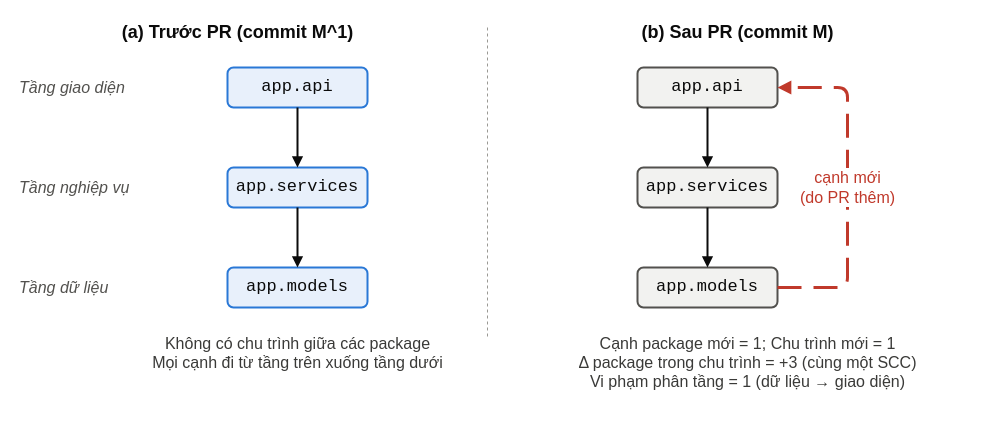
Before: results/figures/src/fig2_metric_example.drawio in Russell1817/XOI-MON-KIEN-TRUC-DO-AI-AGENT, a draw.io diagram. Source tidied: cells renumbered, new cells numbered last; positions are measured from the earlier drawing's top-left corner, leaving out a move shared by most shapes. Both pictures are drawn from the tidied source at 100%, with x=0, y=0 at pixel (17, 17).
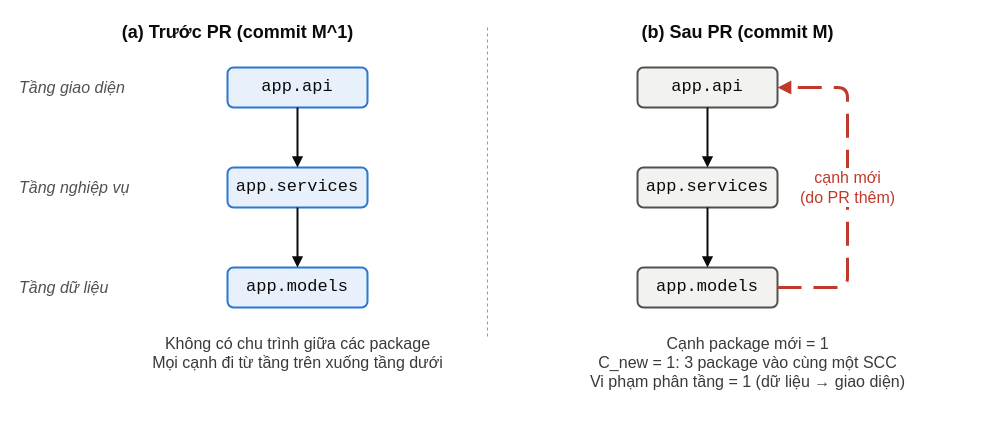
The same diagram, later.

What changed in the source:
```diff
@@
-    <mxCell id="20" value="Cạnh package mới = 1; Chu trình mới = 1&lt;br&gt;Δ package trong chu trình = +3 (cùng một SCC)&lt;br&gt;Vi phạm phân tầng = 1 (dữ liệu → giao diện)" style="text;html=1;align=center;verticalAlign=top;fontFamily=Arial;fontSize=16;fontColor=#3A3A38;" parent="1" vertex="1">
+    <mxCell id="20" value="Cạnh package mới = 1&lt;br&gt;C_new = 1: 3 package vào cùng một SCC&lt;br&gt;Vi phạm phân tầng = 1 (dữ liệu → giao diện)" style="text;html=1;align=center;verticalAlign=top;fontFamily=Arial;fontSize=16;fontColor=#3A3A38;" parent="1" vertex="1">
       <mxGeometry x="510" y="310" width="440" height="80" as="geometry" />
     </mxCell>
```
